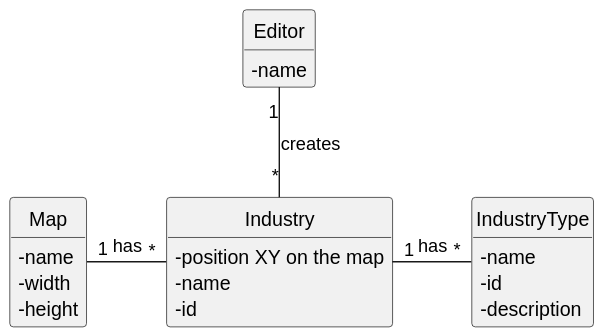
Above: docs/sprint2/us002/02.analysis/svg/us002-domain-model.svg in ivasduarte/all-aboard (PlantUML), before the change.
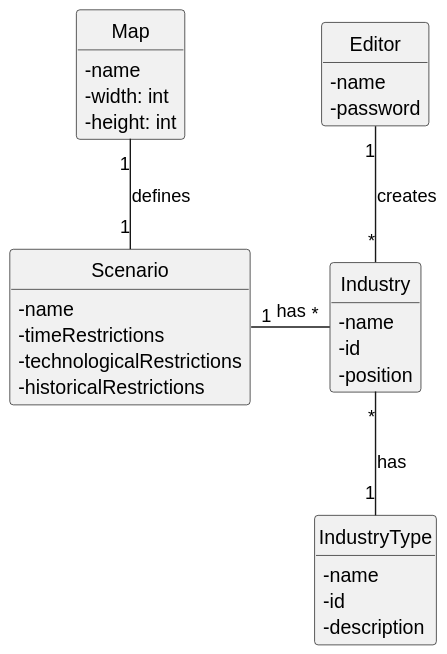
Later version of the same file.

Commit message:
US002(docs): Updated the domain model

What changed in the source:
```diff
@@ -2,28 +2,33 @@
 skinparam monochrome true
 skinparam packageStyle rectangle
 skinparam shadowing false
-
-
 skinparam classAttributeIconSize 0
 
 hide circle
 hide methods
 
-
 class Map {
     - name
-    - width
-    - height
+    - width: int
+    - height: int
 }
 
-class Industry {
-    - position XY on the map
+class Scenario {
     - name
-    - id
+    - timeRestrictions
+    - technologicalRestrictions
+    - historicalRestrictions
 }
 
 class Editor {
     - name
+    - password
+}
+
+class Industry {
+    - name
+    - id
+    - position
 }
 
 class IndustryType {
@@ -32,7 +37,8 @@
     - description
 }
 
-Map "1" - "*" Industry : has
 Editor "1" -- "*" Industry : creates
-Industry "1" - "*" IndustryType : has
+Industry "*" -- "1" IndustryType : has
+Map "1" -- "1" Scenario : defines
+Scenario "1" - "*" Industry : has
 @enduml
```
